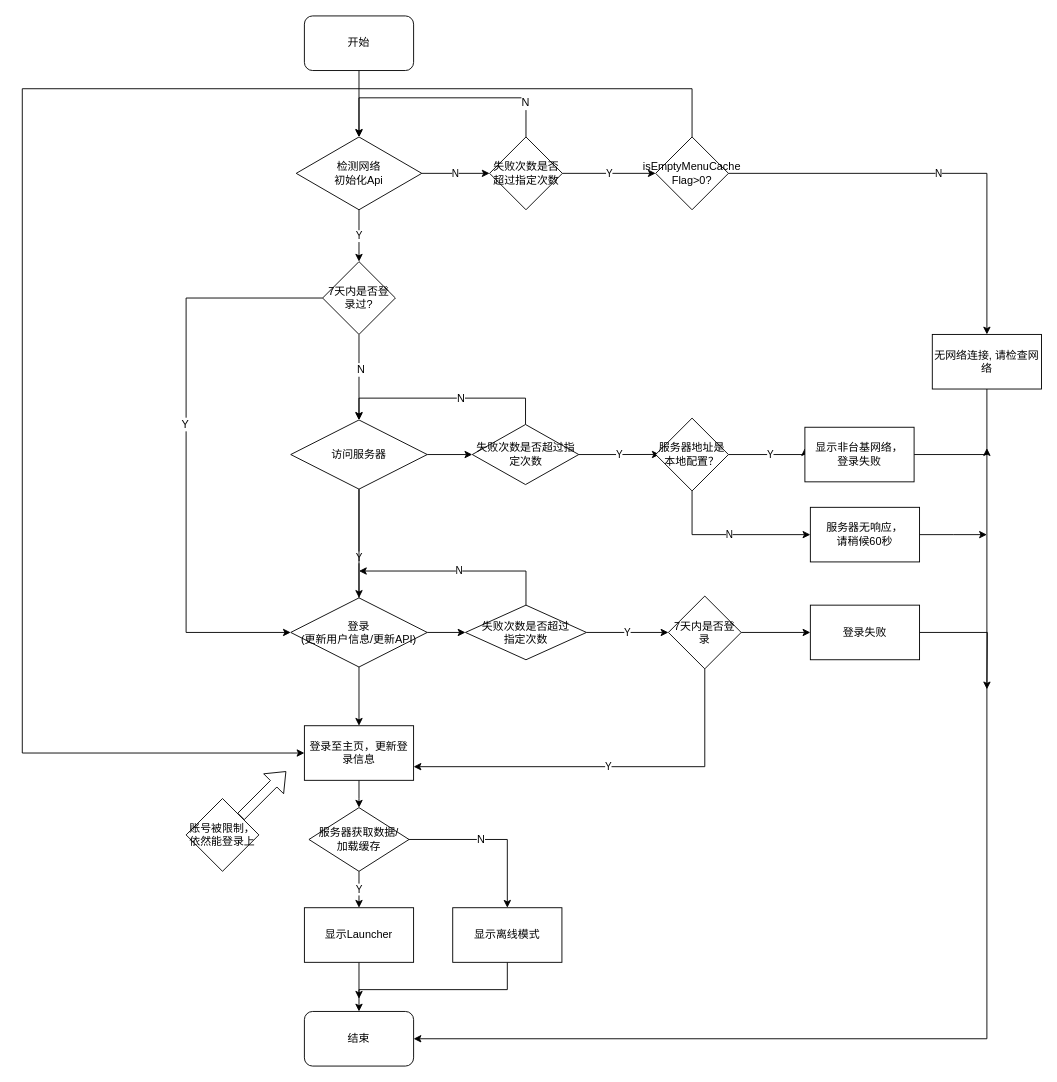
honghonglhh2018/ThinkingFlowChart keeps this draw.io diagram as XMediaTv_New_Login.drawio. Above is the earlier version. Source tidied: cells renumbered, new cells numbered last; positions are measured from the earlier drawing's top-left corner, leaving out a move shared by most shapes. Both pictures are drawn from the tidied source at 91%, with x=0, y=0 at pixel (22, 15).
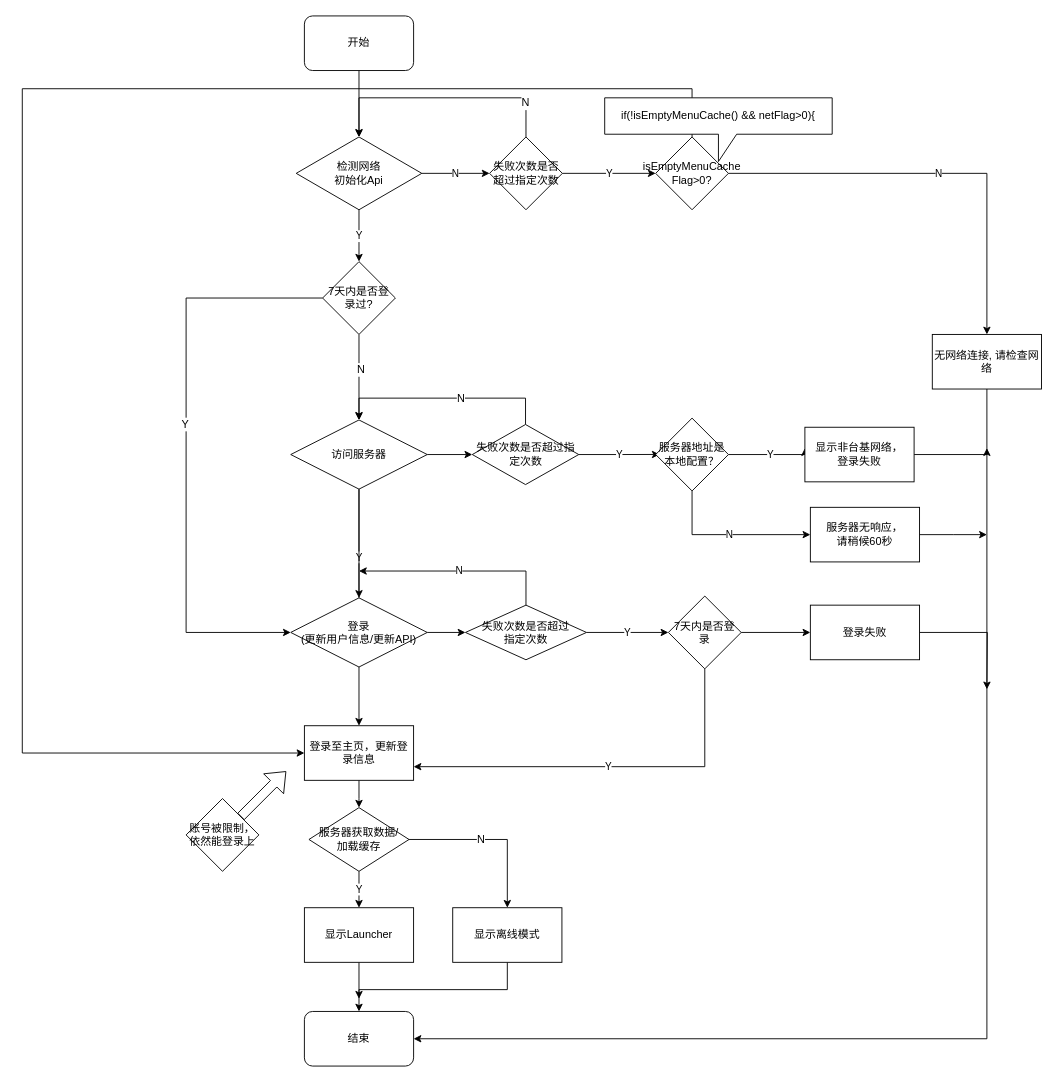
The same page after the edit.

Diff of the diagram source:
```diff
@@
+    <mxCell id="60" value="&lt;div&gt;if(!isEmptyMenuCache() &amp;amp;&amp;amp; netFlag&amp;gt;0){&lt;/div&gt;" style="shape=callout;whiteSpace=wrap;html=1;perimeter=calloutPerimeter;" parent="1" vertex="1">
+      <mxGeometry x="640" y="90" width="250" height="70" as="geometry" />
+    </mxCell>
```
